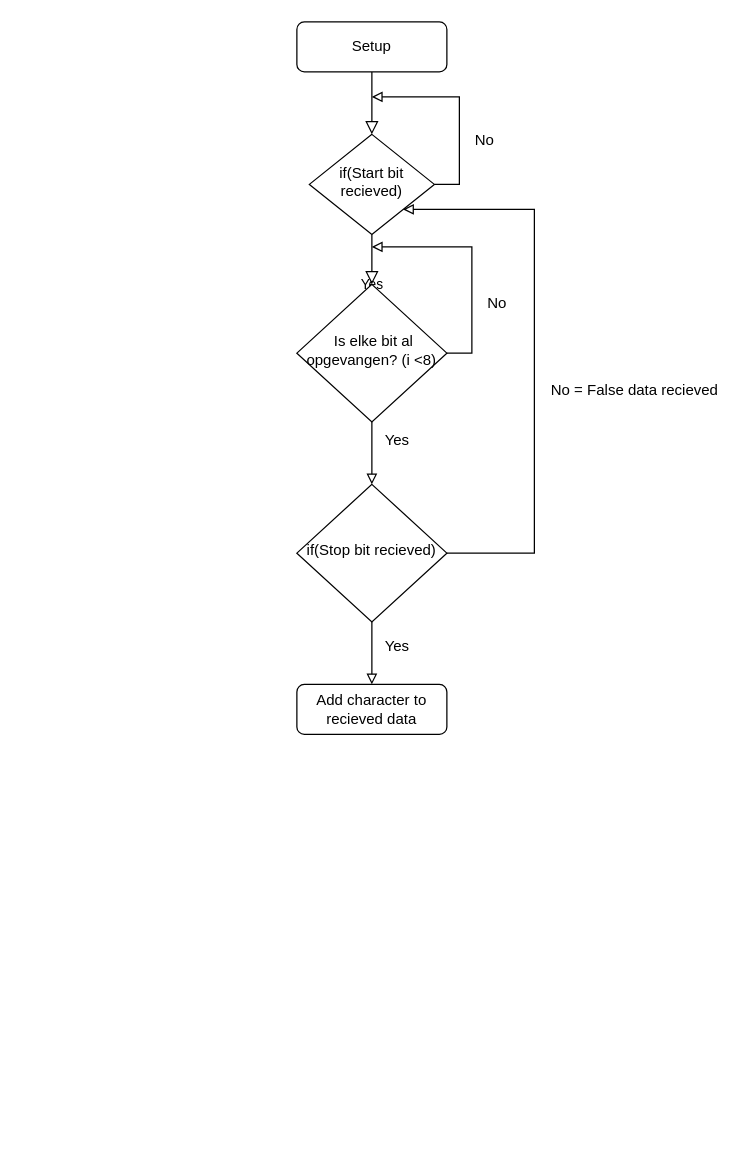
Above: Communicatie/Software Uart challenge/Flowchart soft uart reciev.drawio in TiemonS/Tiemon-Steeghs-Semester-3-Repository (draw.io), before the change. Source tidied: cells renumbered, new cells numbered last; positions are measured from the earlier drawing's top-left corner, leaving out a move shared by most shapes. Both pictures are drawn from the tidied source at 125%, with x=0, y=0 at pixel (296, 21).
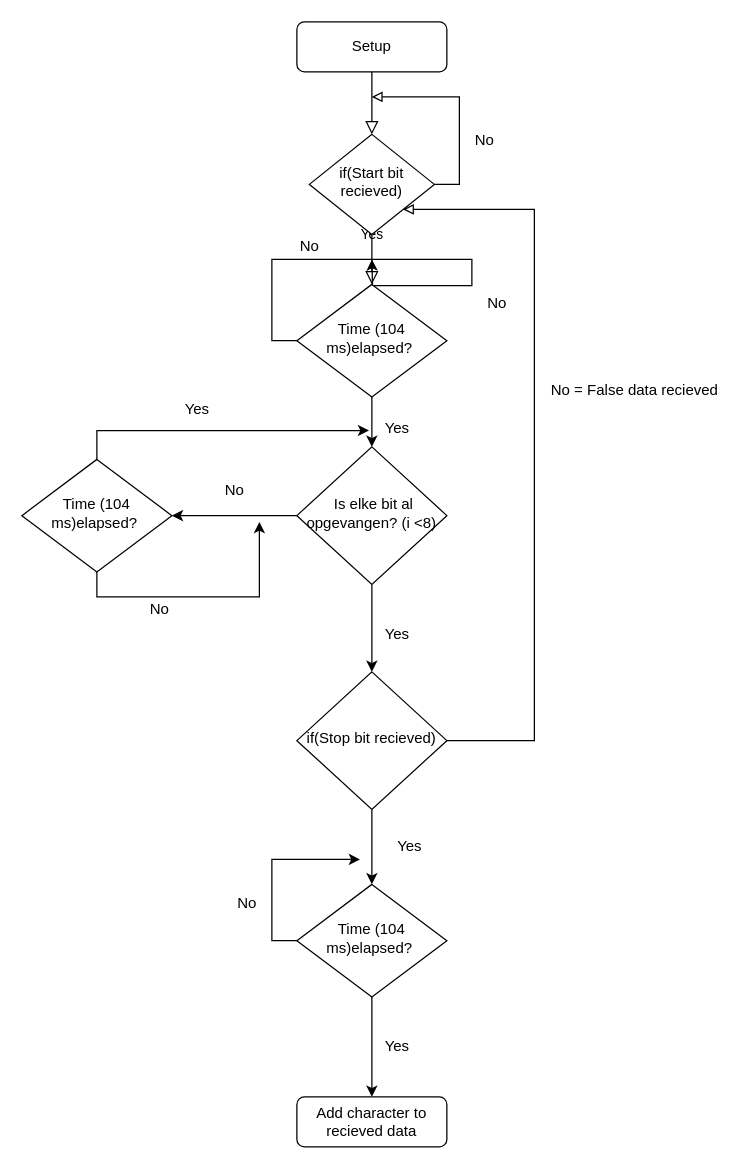
After the change.

The change refers to these unchanged cells:
```xml
<mxCell id="6" value="if(Start bit recieved)" style="rhombus;whiteSpace=wrap;html=1;shadow=0;fontFamily=Helvetica;fontSize=12;align=center;strokeWidth=1;spacing=6;spacingTop=-4;" parent="1" vertex="1">
  <mxGeometry x="10" y="90" width="100" height="80" as="geometry" />
</mxCell>
```

Diff of the diagram source:
```diff
@@
     <mxCell id="4" value="Yes" style="rounded=0;html=1;jettySize=auto;fontSize=11;endArrow=block;endFill=0;endSize=8;strokeWidth=1;shadow=0;labelBackgroundColor=none;edgeStyle=orthogonalEdgeStyle;" parent="1" edge="1" source="6">
-      <mxGeometry y="-20" relative="1" as="geometry">
+      <mxGeometry y="20" relative="1" as="geometry">
         <mxPoint x="60" y="210" as="targetPoint" />
       </mxGeometry>
     </mxCell>
@@
-    <mxCell id="8" style="edgeStyle=orthogonalEdgeStyle;rounded=0;jettySize=auto;html=1;exitX=0.5;exitY=1;exitDx=0;exitDy=0;entryX=0.5;entryY=0;entryDx=0;entryDy=0;endArrow=block;endFill=0;" parent="1" edge="1" source="10" target="13">
+    <mxCell id="8" style="edgeStyle=orthogonalEdgeStyle;rounded=0;jettySize=auto;html=1;exitX=0.5;exitY=1;exitDx=0;exitDy=0;entryX=0.5;entryY=0;entryDx=0;entryDy=0;" parent="1" edge="1" source="10" target="13">
       <mxGeometry relative="1" as="geometry" />
     </mxCell>
-    <mxCell id="9" style="edgeStyle=orthogonalEdgeStyle;rounded=0;jettySize=auto;html=1;exitX=1;exitY=0.5;exitDx=0;exitDy=0;endArrow=block;endFill=0;" parent="1" edge="1" source="10">
-      <mxGeometry relative="1" as="geometry">
-        <mxPoint x="60" y="180" as="targetPoint" />
-        <Array as="points">
-          <mxPoint x="140" y="265" />
-          <mxPoint x="140" y="180" />
-        </Array>
-      </mxGeometry>
-    </mxCell>
+    <mxCell id="19" style="edgeStyle=orthogonalEdgeStyle;rounded=0;jettySize=auto;html=1;exitX=0;exitY=0.5;exitDx=0;exitDy=0;entryX=1;entryY=0.5;entryDx=0;entryDy=0;" parent="1" edge="1" source="10" target="28">
+      <mxGeometry relative="1" as="geometry" />
+    </mxCell>
     <mxCell id="10" value="&amp;nbsp;Is elke bit al opgevangen? (i &amp;lt;8)" style="rhombus;whiteSpace=wrap;html=1;shadow=0;fontFamily=Helvetica;fontSize=12;align=center;strokeWidth=1;spacing=6;spacingTop=-4;" parent="1" vertex="1">
-      <mxGeometry y="210" width="120" height="110" as="geometry" />
+      <mxGeometry y="340" width="120" height="110" as="geometry" />
     </mxCell>
-    <mxCell id="11" style="edgeStyle=orthogonalEdgeStyle;rounded=0;jettySize=auto;html=1;exitX=0.5;exitY=1;exitDx=0;exitDy=0;entryX=0.5;entryY=0;entryDx=0;entryDy=0;endArrow=block;endFill=0;" parent="1" edge="1" source="13" target="15">
-      <mxGeometry relative="1" as="geometry" />
-    </mxCell>
     <mxCell id="12" style="edgeStyle=orthogonalEdgeStyle;rounded=0;jettySize=auto;html=1;exitX=1;exitY=0.5;exitDx=0;exitDy=0;endArrow=block;endFill=0;entryX=1;entryY=1;entryDx=0;entryDy=0;" parent="1" edge="1" source="13" target="6">
       <mxGeometry relative="1" as="geometry">
         <Array as="points">
-          <mxPoint x="190" y="425" />
+          <mxPoint x="190" y="575" />
           <mxPoint x="190" y="150" />
         </Array>
       </mxGeometry>
     </mxCell>
+    <mxCell id="20" style="edgeStyle=orthogonalEdgeStyle;rounded=0;jettySize=auto;html=1;exitX=0.5;exitY=1;exitDx=0;exitDy=0;entryX=0.5;entryY=0;entryDx=0;entryDy=0;" parent="1" edge="1" source="13" target="35">
+      <mxGeometry relative="1" as="geometry" />
+    </mxCell>
     <mxCell id="13" value="if(Stop bit recieved)" style="rhombus;whiteSpace=wrap;html=1;shadow=0;fontFamily=Helvetica;fontSize=12;align=center;strokeWidth=1;spacing=6;spacingTop=-4;" parent="1" vertex="1">
-      <mxGeometry y="370" width="120" height="110" as="geometry" />
+      <mxGeometry y="520" width="120" height="110" as="geometry" />
     </mxCell>
-    <mxCell id="14" value="Yes" style="text;html=1;align=center;verticalAlign=middle;strokeColor=none;fillColor=none;" parent="1" vertex="1">
-      <mxGeometry x="60" y="320" width="40" height="30" as="geometry" />
-    </mxCell>
     <mxCell id="15" value="Add character to recieved data" style="rounded=1;whiteSpace=wrap;html=1;fontSize=12;glass=0;strokeWidth=1;shadow=0;" parent="1" vertex="1">
-      <mxGeometry y="530" width="120" height="40" as="geometry" />
+      <mxGeometry y="860" width="120" height="40" as="geometry" />
     </mxCell>
-    <mxCell id="16" value="Yes" style="text;html=1;align=center;verticalAlign=middle;strokeColor=none;fillColor=none;" parent="1" vertex="1">
-      <mxGeometry x="60" y="485" width="40" height="30" as="geometry" />
-    </mxCell>
@@
+    <mxCell id="21" style="edgeStyle=orthogonalEdgeStyle;rounded=0;jettySize=auto;html=1;exitX=0;exitY=0.5;exitDx=0;exitDy=0;" parent="1" edge="1" source="23">
+      <mxGeometry relative="1" as="geometry">
+        <mxPoint x="60" y="190" as="targetPoint" />
+      </mxGeometry>
+    </mxCell>
+    <mxCell id="22" style="edgeStyle=orthogonalEdgeStyle;rounded=0;jettySize=auto;html=1;exitX=0.5;exitY=1;exitDx=0;exitDy=0;" parent="1" edge="1" source="23" target="10">
+      <mxGeometry relative="1" as="geometry" />
+    </mxCell>
+    <mxCell id="23" value="Time (104 ms)elapsed?&amp;nbsp;" style="rhombus;whiteSpace=wrap;html=1;shadow=0;fontFamily=Helvetica;fontSize=12;align=center;strokeWidth=1;spacing=6;spacingTop=-4;" parent="1" vertex="1">
+      <mxGeometry y="210" width="120" height="90" as="geometry" />
+    </mxCell>
+    <mxCell id="24" value="No" style="text;html=1;align=center;verticalAlign=middle;strokeColor=none;fillColor=none;" parent="1" vertex="1">
+      <mxGeometry x="-10" y="165" width="40" height="30" as="geometry" />
+    </mxCell>
+    <mxCell id="25" value="Yes" style="text;html=1;align=center;verticalAlign=middle;points=[];strokeColor=none;fillColor=none;" parent="1" vertex="1">
+      <mxGeometry x="60" y="310" width="40" height="30" as="geometry" />
+    </mxCell>
+    <mxCell id="26" style="edgeStyle=orthogonalEdgeStyle;rounded=0;jettySize=auto;html=1;exitX=0.5;exitY=1;exitDx=0;exitDy=0;" parent="1" edge="1" source="28">
+      <mxGeometry relative="1" as="geometry">
+        <mxPoint x="-30" y="400" as="targetPoint" />
+        <Array as="points">
+          <mxPoint x="-160" y="460" />
+          <mxPoint x="-30" y="460" />
+        </Array>
+      </mxGeometry>
+    </mxCell>
+    <mxCell id="27" style="edgeStyle=orthogonalEdgeStyle;rounded=0;jettySize=auto;html=1;exitX=0.5;exitY=0;exitDx=0;exitDy=0;entryX=-0.056;entryY=0.565;entryDx=0;entryDy=0;entryPerimeter=0;" parent="1" edge="1" source="28" target="25">
+      <mxGeometry relative="1" as="geometry">
+        <Array as="points">
+          <mxPoint x="-160" y="327" />
+        </Array>
+      </mxGeometry>
+    </mxCell>
+    <mxCell id="28" value="Time (104 ms)elapsed?&amp;nbsp;" style="rhombus;whiteSpace=wrap;html=1;shadow=0;fontFamily=Helvetica;fontSize=12;align=center;strokeWidth=1;spacing=6;spacingTop=-4;" parent="1" vertex="1">
+      <mxGeometry x="-220" y="350" width="120" height="90" as="geometry" />
+    </mxCell>
+    <mxCell id="29" value="Yes" style="text;html=1;align=center;verticalAlign=middle;strokeColor=none;fillColor=none;" parent="1" vertex="1">
+      <mxGeometry x="60" y="475" width="40" height="30" as="geometry" />
+    </mxCell>
+    <mxCell id="30" value="No" style="text;html=1;align=center;verticalAlign=middle;strokeColor=none;fillColor=none;" parent="1" vertex="1">
+      <mxGeometry x="-70" y="360" width="40" height="30" as="geometry" />
+    </mxCell>
+    <mxCell id="31" value="No" style="text;html=1;align=center;verticalAlign=middle;strokeColor=none;fillColor=none;" parent="1" vertex="1">
+      <mxGeometry x="-130" y="455" width="40" height="30" as="geometry" />
+    </mxCell>
+    <mxCell id="32" value="Yes" style="text;html=1;align=center;verticalAlign=middle;strokeColor=none;fillColor=none;" parent="1" vertex="1">
+      <mxGeometry x="-100" y="295" width="40" height="30" as="geometry" />
+    </mxCell>
+    <mxCell id="33" style="edgeStyle=orthogonalEdgeStyle;rounded=0;jettySize=auto;html=1;exitX=0;exitY=0.5;exitDx=0;exitDy=0;" parent="1" edge="1" source="35">
+      <mxGeometry relative="1" as="geometry">
+        <mxPoint x="50" y="670" as="targetPoint" />
+      </mxGeometry>
+    </mxCell>
+    <mxCell id="34" style="edgeStyle=orthogonalEdgeStyle;rounded=0;jettySize=auto;html=1;exitX=0.5;exitY=1;exitDx=0;exitDy=0;entryX=0.5;entryY=0;entryDx=0;entryDy=0;" parent="1" edge="1" source="35" target="15">
+      <mxGeometry relative="1" as="geometry" />
+    </mxCell>
+    <mxCell id="35" value="Time (104 ms)elapsed?&amp;nbsp;" style="rhombus;whiteSpace=wrap;html=1;shadow=0;fontFamily=Helvetica;fontSize=12;align=center;strokeWidth=1;spacing=6;spacingTop=-4;" parent="1" vertex="1">
+      <mxGeometry y="690" width="120" height="90" as="geometry" />
+    </mxCell>
+    <mxCell id="36" value="Yes" style="text;html=1;align=center;verticalAlign=middle;strokeColor=none;fillColor=none;" parent="1" vertex="1">
+      <mxGeometry x="70" y="645" width="40" height="30" as="geometry" />
+    </mxCell>
+    <mxCell id="37" value="Yes" style="text;html=1;align=center;verticalAlign=middle;strokeColor=none;fillColor=none;" parent="1" vertex="1">
+      <mxGeometry x="60" y="805" width="40" height="30" as="geometry" />
+    </mxCell>
+    <mxCell id="38" value="No" style="text;html=1;align=center;verticalAlign=middle;strokeColor=none;fillColor=none;" parent="1" vertex="1">
+      <mxGeometry x="-60" y="690" width="40" height="30" as="geometry" />
+    </mxCell>
```
